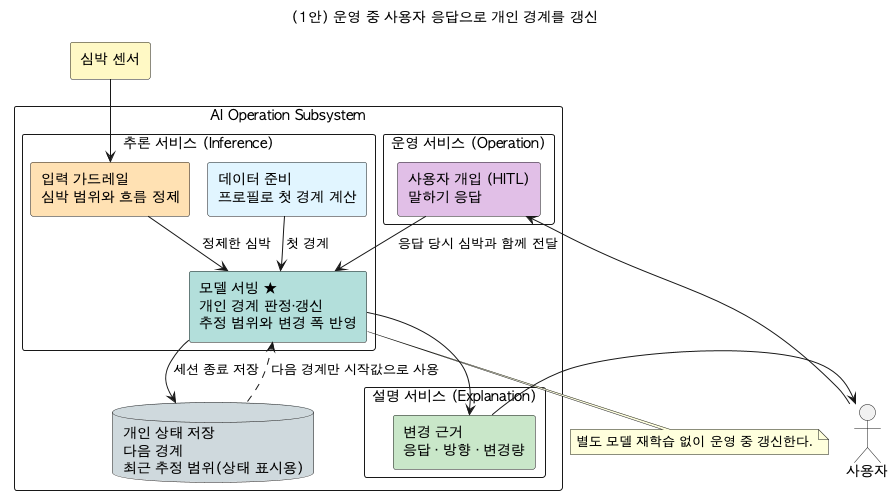
This is docs/img/dp-03-adaptability-adopted-simple.png from tenyearslove/zone2runner, a PlantUML export, as it was before one commit.
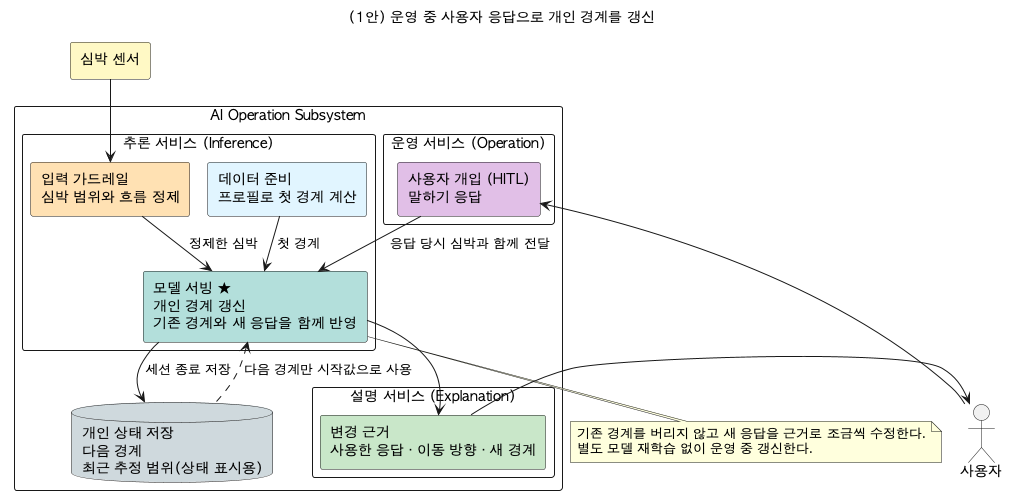
After the commit.

Change to the diagram source:
```diff
@@ -1,4 +1,5 @@
 @startuml
+!pragma layout smetana
 !pragma layout smetana
 title (1안) 운영 중 사용자 응답으로 개인 경계를 갱신
 
@@ -18,7 +19,7 @@
   package "추론 서비스 (Inference)" {
     component "데이터 준비\n프로필로 첫 경계 계산" as DATA #E1F5FE
     component "입력 가드레일\n심박 범위와 흐름 정제" as INPUT #FFE0B2
-    component "모델 서빙 ★\n개인 경계 판정·갱신\n추정 범위와 변경 폭 반영" as MODEL #B2DFDB
+    component "모델 서빙 ★\n개인 경계 갱신\n기존 경계와 새 응답을 함께 반영" as MODEL #B2DFDB
     DATA --> MODEL : 첫 경계
     INPUT --> MODEL : 정제한 심박
   }
@@ -28,7 +29,7 @@
   }
 
   package "설명 서비스 (Explanation)" {
-    component "변경 근거\n응답 · 방향 · 변경량" as EXPLAIN #C8E6C9
+    component "변경 근거\n사용한 응답 · 이동 방향 · 새 경계" as EXPLAIN #C8E6C9
   }
 
   database "개인 상태 저장\n다음 경계\n최근 추정 범위(상태 표시용)" as STORE #CFD8DC
@@ -43,6 +44,7 @@
 EXPLAIN -right-> USER
 
 note bottom of MODEL
+  기존 경계를 버리지 않고 새 응답을 근거로 조금씩 수정한다.
   별도 모델 재학습 없이 운영 중 갱신한다.
 end note
 @enduml
```
